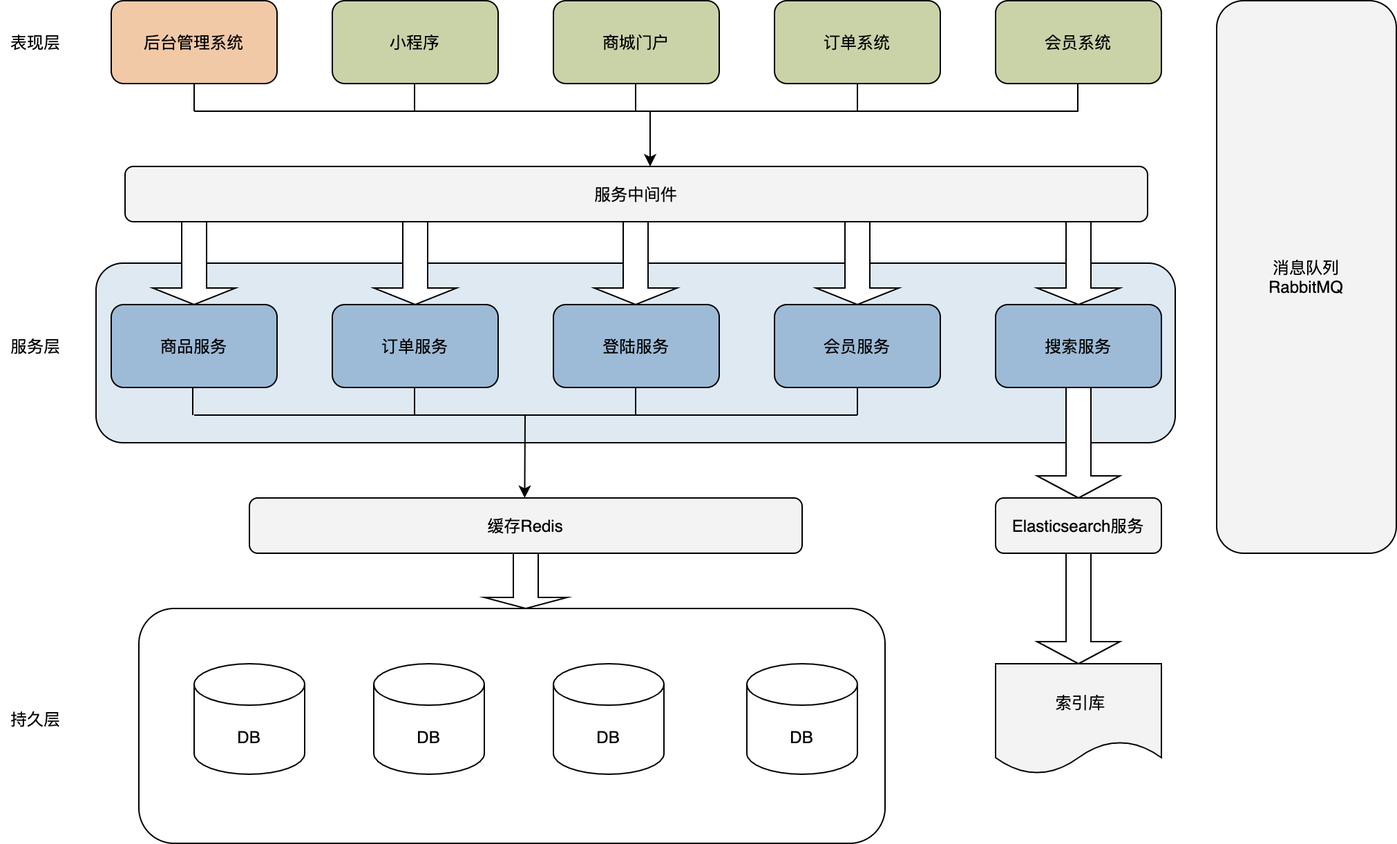
Earlier version of the draw.io export source/images/business_structure.png (yadgen/qingmei). Source tidied: cells renumbered, new cells last; positions are measured from the earlier drawing's top-left corner, leaving out a move shared by most shapes.
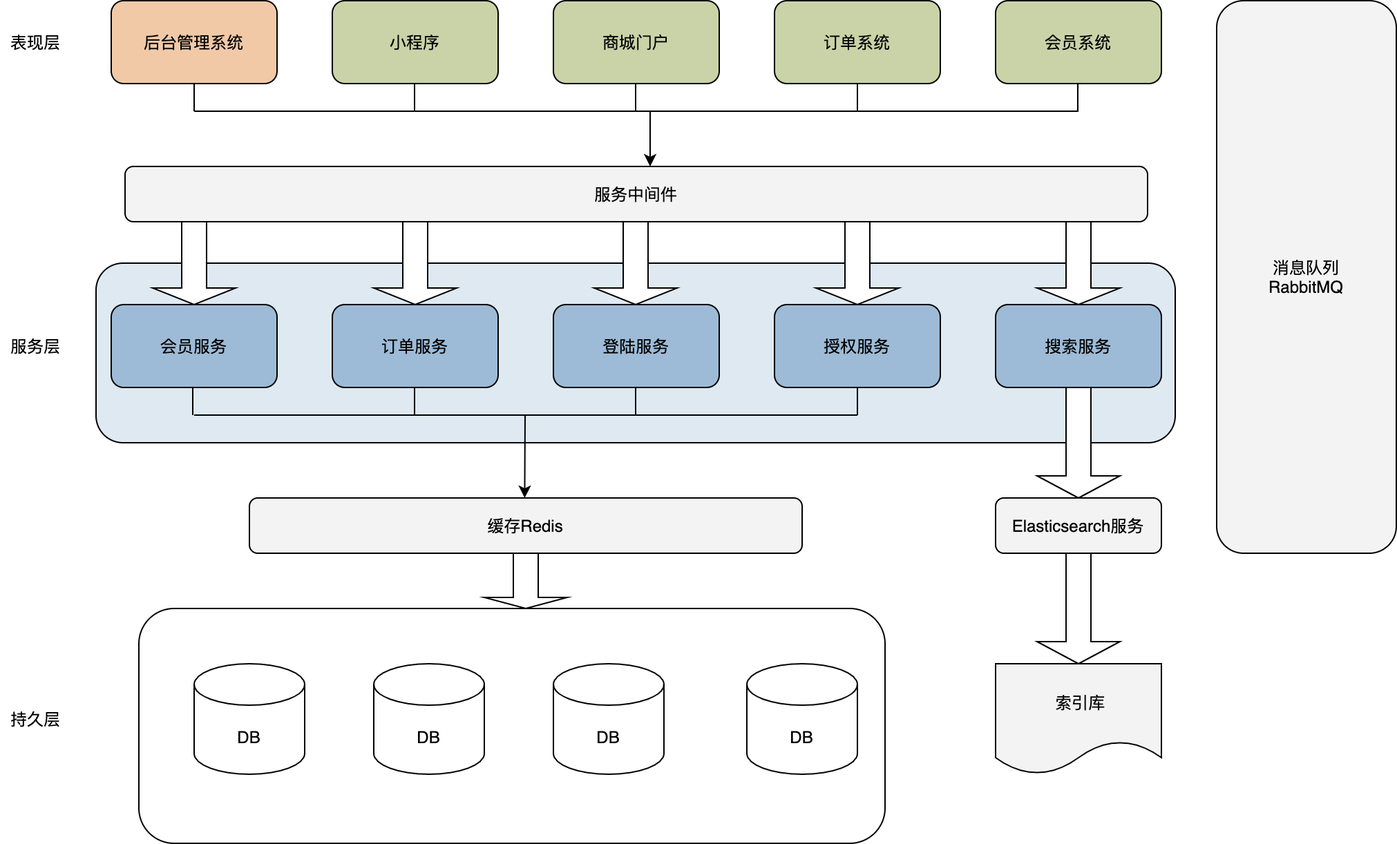
Later version of the same file.

Change to the diagram source:
```diff
@@ -29,7 +29,7 @@
     <mxCell id="10" value="表现层" style="text;html=1;align=center;verticalAlign=middle;" parent="1" vertex="1">
       <mxGeometry y="20" width="50" height="20" as="geometry" />
     </mxCell>
-    <mxCell id="11" value="会员服务" style="rounded=1;whiteSpace=wrap;html=1;fillColor=#9DBBD7;" parent="1" vertex="1">
+    <mxCell id="11" value="授权服务" style="rounded=1;whiteSpace=wrap;html=1;fillColor=#9DBBD7;" parent="1" vertex="1">
       <mxGeometry x="560" y="220" width="120" height="60" as="geometry" />
     </mxCell>
     <mxCell id="12" value="订单服务" style="rounded=1;whiteSpace=wrap;html=1;fillColor=#9DBBD7;" parent="1" vertex="1">
@@ -38,7 +38,7 @@
     <mxCell id="13" value="登陆服务" style="rounded=1;whiteSpace=wrap;html=1;fillColor=#9DBBD7;" parent="1" vertex="1">
       <mxGeometry x="400" y="220" width="120" height="60" as="geometry" />
     </mxCell>
-    <mxCell id="14" value="商品服务" style="rounded=1;whiteSpace=wrap;html=1;fillColor=#9DBBD7;" parent="1" vertex="1">
+    <mxCell id="14" value="会员服务" style="rounded=1;whiteSpace=wrap;html=1;fillColor=#9DBBD7;" parent="1" vertex="1">
       <mxGeometry x="80" y="220" width="120" height="60" as="geometry" />
     </mxCell>
     <mxCell id="15" value="搜索服务" style="rounded=1;whiteSpace=wrap;html=1;fillColor=#9DBBD7;" parent="1" vertex="1">
```
